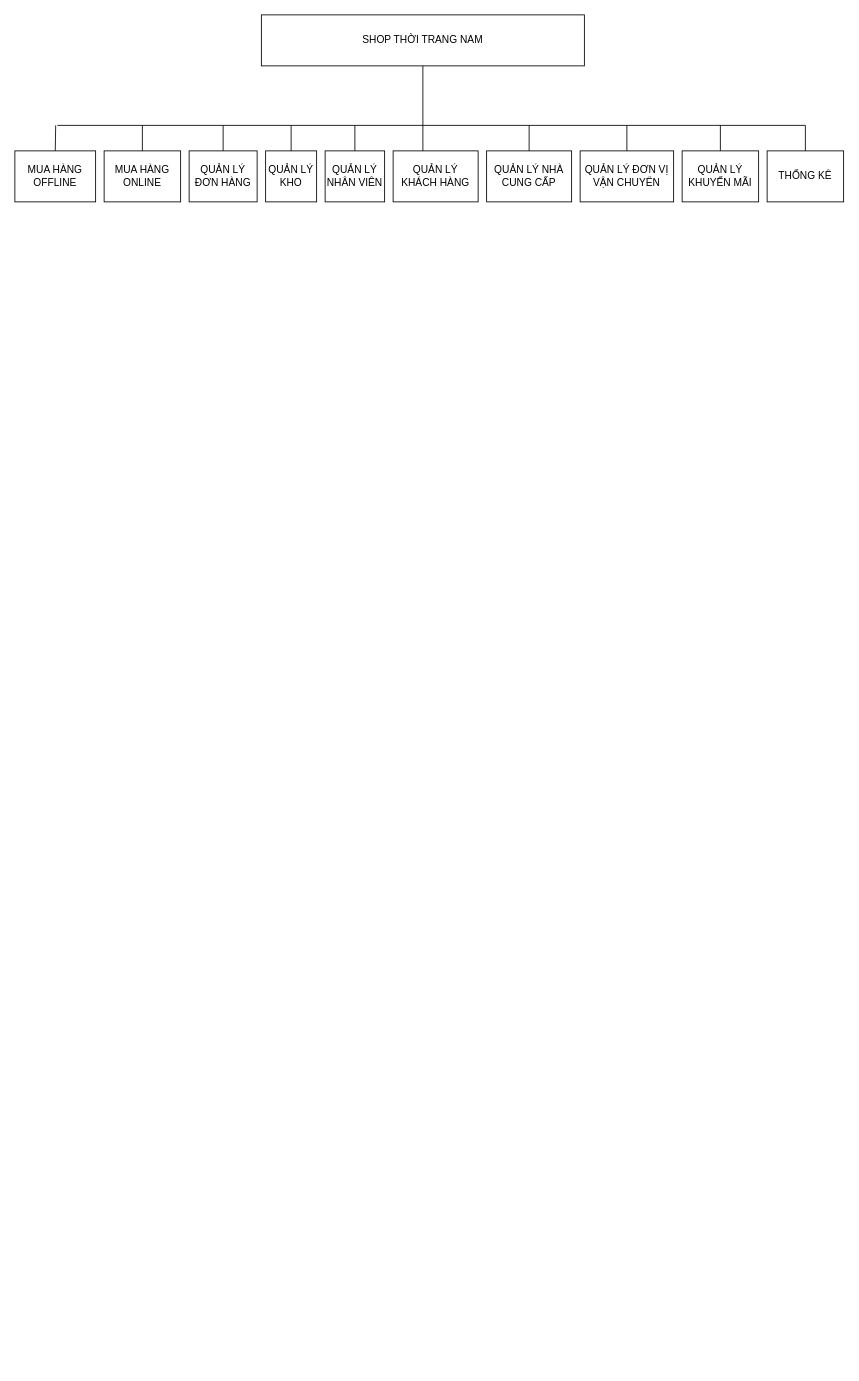
This is test.drawio from datptithcm/SHOPTHOITRANGNAM, a draw.io file, before an edit. Source tidied: cells renumbered, new cells numbered last; positions are measured from the earlier drawing's top-left corner, leaving out a move shared by most shapes. Both pictures are drawn from the tidied source at 85%, with x=0, y=0 at pixel (14, 14).
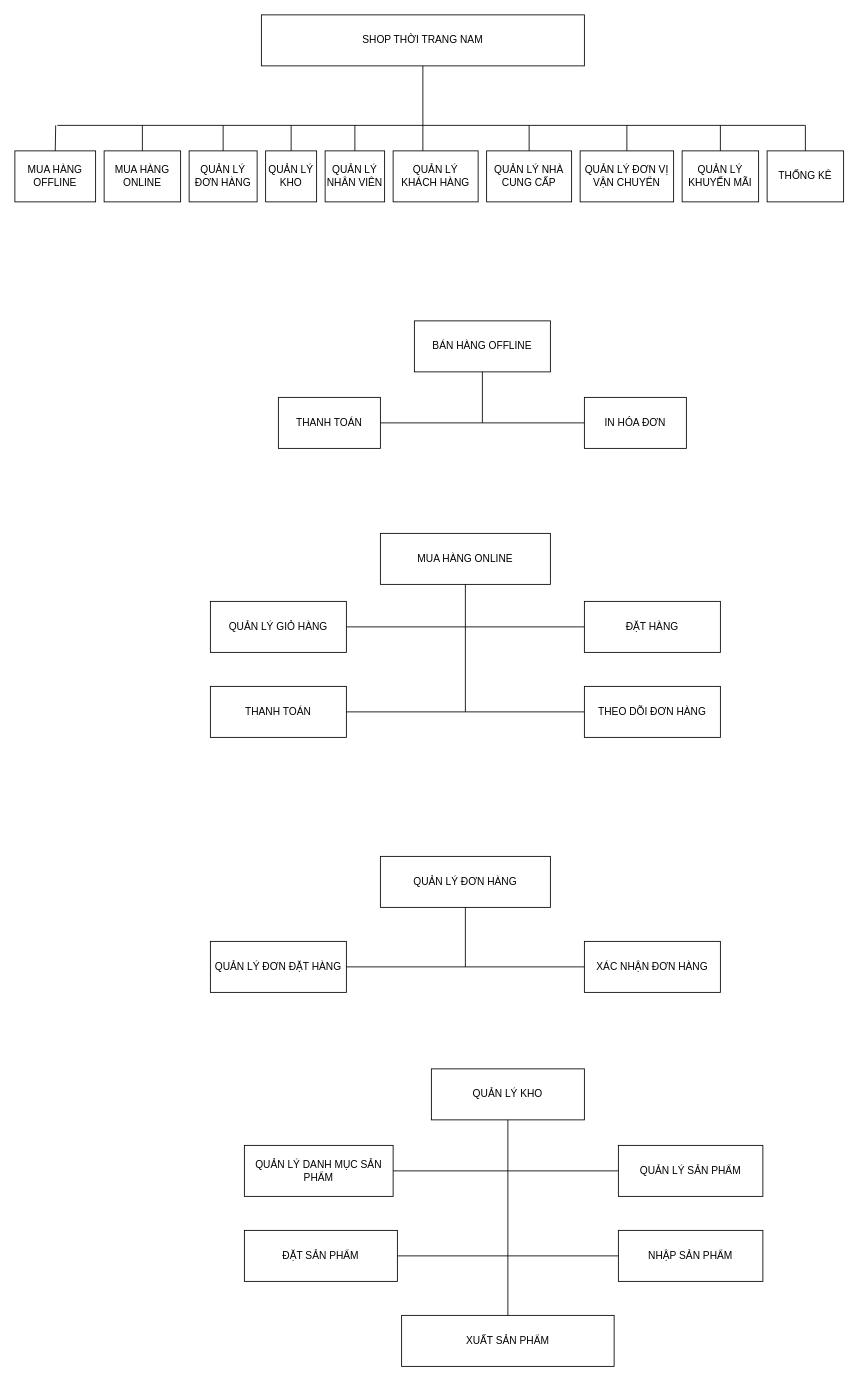
The same diagram, later.

The edit, as a diff of the source:
```diff
@@
+    <mxCell id="25" value="BÁN HÀNG OFFLINE" style="rounded=0;whiteSpace=wrap;html=1;" parent="1" vertex="1">
+      <mxGeometry x="470" y="360" width="160" height="60" as="geometry" />
+    </mxCell>
+    <mxCell id="26" value="THANH TOÁN" style="rounded=0;whiteSpace=wrap;html=1;" parent="1" vertex="1">
+      <mxGeometry x="310" y="450" width="120" height="60" as="geometry" />
+    </mxCell>
+    <mxCell id="27" value="IN HÓA ĐƠN" style="rounded=0;whiteSpace=wrap;html=1;" parent="1" vertex="1">
+      <mxGeometry x="670" y="450" width="120" height="60" as="geometry" />
+    </mxCell>
+    <mxCell id="28" style="endArrow=none;html=1;rounded=0;entryX=0;entryY=0.5;entryDx=0;entryDy=0;exitX=1;exitY=0.5;exitDx=0;exitDy=0;" parent="1" edge="1" source="26" target="27">
+      <mxGeometry relative="1" as="geometry" />
+    </mxCell>
+    <mxCell id="29" style="endArrow=none;html=1;rounded=0;entryX=0.5;entryY=1;entryDx=0;entryDy=0;" parent="1" edge="1" target="25">
+      <mxGeometry relative="1" as="geometry">
+        <mxPoint x="550" y="480" as="sourcePoint" />
+      </mxGeometry>
+    </mxCell>
+    <mxCell id="30" value="MUA HÀNG ONLINE" style="rounded=0;whiteSpace=wrap;html=1;" parent="1" vertex="1">
+      <mxGeometry x="430" y="610" width="200" height="60" as="geometry" />
+    </mxCell>
+    <mxCell id="31" value="ĐẶT HÀNG" style="rounded=0;whiteSpace=wrap;html=1;" parent="1" vertex="1">
+      <mxGeometry x="670" y="690" width="160" height="60" as="geometry" />
+    </mxCell>
+    <mxCell id="32" value="THEO DÕI ĐƠN HÀNG" style="rounded=0;whiteSpace=wrap;html=1;" parent="1" vertex="1">
+      <mxGeometry x="670" y="790" width="160" height="60" as="geometry" />
+    </mxCell>
+    <mxCell id="33" value="THANH TOÁN" style="rounded=0;whiteSpace=wrap;html=1;" parent="1" vertex="1">
+      <mxGeometry x="230" y="790" width="160" height="60" as="geometry" />
+    </mxCell>
+    <mxCell id="34" value="QUẢN LÝ GIỎ HÀNG" style="rounded=0;whiteSpace=wrap;html=1;" parent="1" vertex="1">
+      <mxGeometry x="230" y="690" width="160" height="60" as="geometry" />
+    </mxCell>
+    <mxCell id="35" style="endArrow=none;html=1;rounded=0;exitX=1;exitY=0.5;exitDx=0;exitDy=0;entryX=0;entryY=0.5;entryDx=0;entryDy=0;" parent="1" edge="1" source="34" target="31">
+      <mxGeometry relative="1" as="geometry" />
+    </mxCell>
+    <mxCell id="36" style="endArrow=none;html=1;rounded=0;exitX=0;exitY=0.5;exitDx=0;exitDy=0;entryX=1;entryY=0.5;entryDx=0;entryDy=0;" parent="1" edge="1" source="32" target="33">
+      <mxGeometry relative="1" as="geometry" />
+    </mxCell>
+    <mxCell id="37" style="endArrow=none;html=1;rounded=0;entryX=0.5;entryY=1;entryDx=0;entryDy=0;" parent="1" edge="1" target="30">
+      <mxGeometry relative="1" as="geometry">
+        <mxPoint x="530" y="820" as="sourcePoint" />
+      </mxGeometry>
+    </mxCell>
+    <mxCell id="38" value="QUẢN LÝ ĐƠN HÀNG" style="rounded=0;whiteSpace=wrap;html=1;" parent="1" vertex="1">
+      <mxGeometry x="430" y="990" width="200" height="60" as="geometry" />
+    </mxCell>
+    <mxCell id="39" value="QUẢN LÝ ĐƠN ĐẶT HÀNG" style="rounded=0;whiteSpace=wrap;html=1;" parent="1" vertex="1">
+      <mxGeometry x="230" y="1090" width="160" height="60" as="geometry" />
+    </mxCell>
+    <mxCell id="40" value="XÁC NHẬN ĐƠN HÀNG" style="rounded=0;whiteSpace=wrap;html=1;" parent="1" vertex="1">
+      <mxGeometry x="670" y="1090" width="160" height="60" as="geometry" />
+    </mxCell>
+    <mxCell id="41" style="endArrow=none;html=1;rounded=0;entryX=0;entryY=0.5;entryDx=0;entryDy=0;exitX=1;exitY=0.5;exitDx=0;exitDy=0;" parent="1" edge="1" source="39" target="40">
+      <mxGeometry relative="1" as="geometry" />
+    </mxCell>
+    <mxCell id="42" style="endArrow=none;html=1;rounded=0;entryX=0.5;entryY=1;entryDx=0;entryDy=0;" parent="1" edge="1" target="38">
+      <mxGeometry relative="1" as="geometry">
+        <mxPoint x="530" y="1120" as="sourcePoint" />
+      </mxGeometry>
+    </mxCell>
+    <mxCell id="43" value="QUẢN LÝ KHO" style="rounded=0;whiteSpace=wrap;html=1;" parent="1" vertex="1">
+      <mxGeometry x="490" y="1240" width="180" height="60" as="geometry" />
+    </mxCell>
+    <mxCell id="44" value="QUẢN LÝ DANH MỤC SẢN PHẨM" style="rounded=0;whiteSpace=wrap;html=1;" parent="1" vertex="1">
+      <mxGeometry x="270" y="1330" width="175" height="60" as="geometry" />
+    </mxCell>
+    <mxCell id="45" value="QUẢN LÝ SẢN PHẨM" style="rounded=0;whiteSpace=wrap;html=1;" parent="1" vertex="1">
+      <mxGeometry x="710" y="1330" width="170" height="60" as="geometry" />
+    </mxCell>
+    <mxCell id="46" value="ĐẶT SẢN PHẨM" style="rounded=0;whiteSpace=wrap;html=1;" parent="1" vertex="1">
+      <mxGeometry x="270" y="1430" width="180" height="60" as="geometry" />
+    </mxCell>
+    <mxCell id="47" value="NHẬP SẢN PHẨM" style="rounded=0;whiteSpace=wrap;html=1;" parent="1" vertex="1">
+      <mxGeometry x="710" y="1430" width="170" height="60" as="geometry" />
+    </mxCell>
+    <mxCell id="48" value="XUẤT SẢN PHẨM" style="rounded=0;whiteSpace=wrap;html=1;" parent="1" vertex="1">
+      <mxGeometry x="455" y="1530" width="250" height="60" as="geometry" />
+    </mxCell>
+    <mxCell id="49" style="endArrow=none;html=1;rounded=0;entryX=0.5;entryY=1;entryDx=0;entryDy=0;exitX=0.5;exitY=0;exitDx=0;exitDy=0;" parent="1" edge="1" source="48" target="43">
+      <mxGeometry relative="1" as="geometry" />
+    </mxCell>
+    <mxCell id="50" style="endArrow=none;html=1;rounded=0;entryX=0;entryY=0.5;entryDx=0;entryDy=0;exitX=1;exitY=0.5;exitDx=0;exitDy=0;" parent="1" edge="1" source="44" target="45">
+      <mxGeometry relative="1" as="geometry" />
+    </mxCell>
+    <mxCell id="51" style="endArrow=none;html=1;rounded=0;entryX=0;entryY=0.5;entryDx=0;entryDy=0;exitX=1;exitY=0.5;exitDx=0;exitDy=0;" parent="1" edge="1" source="46" target="47">
+      <mxGeometry relative="1" as="geometry" />
+    </mxCell>
```
